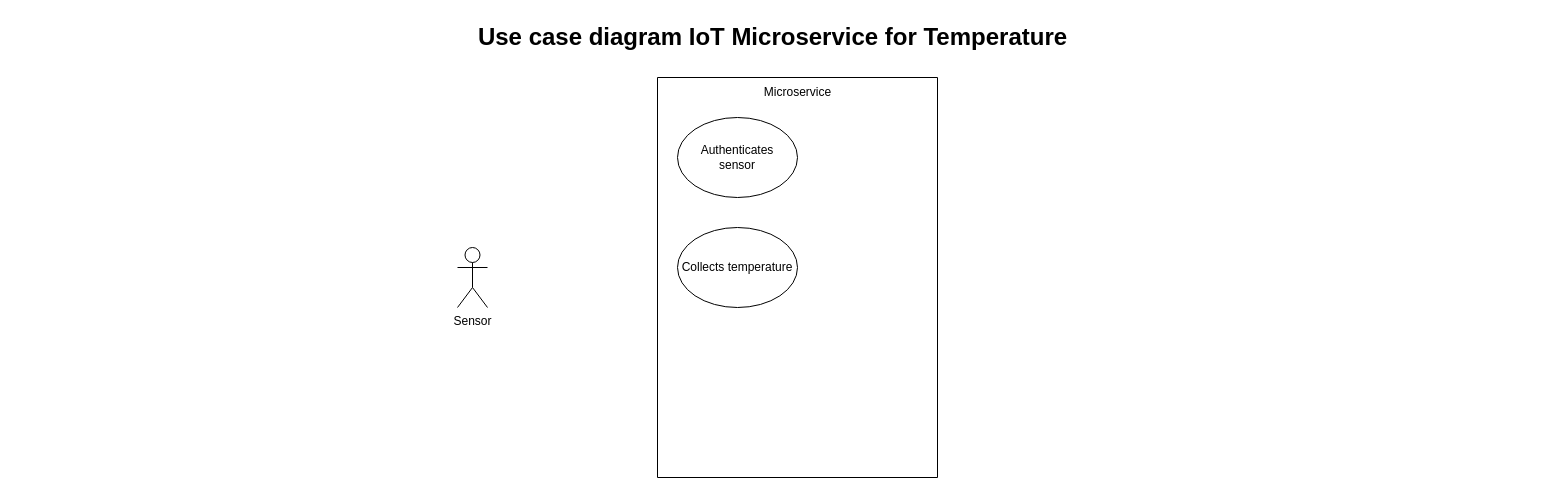
Before: Advanced_programming_use_case.drawio in vincentbriat/vincentbriat, a draw.io diagram. Source tidied: cells renumbered, new cells numbered last; positions are measured from the earlier drawing's top-left corner, leaving out a move shared by most shapes. Both pictures are drawn from the tidied source at 100%, with x=0, y=0 at pixel (17, 17).
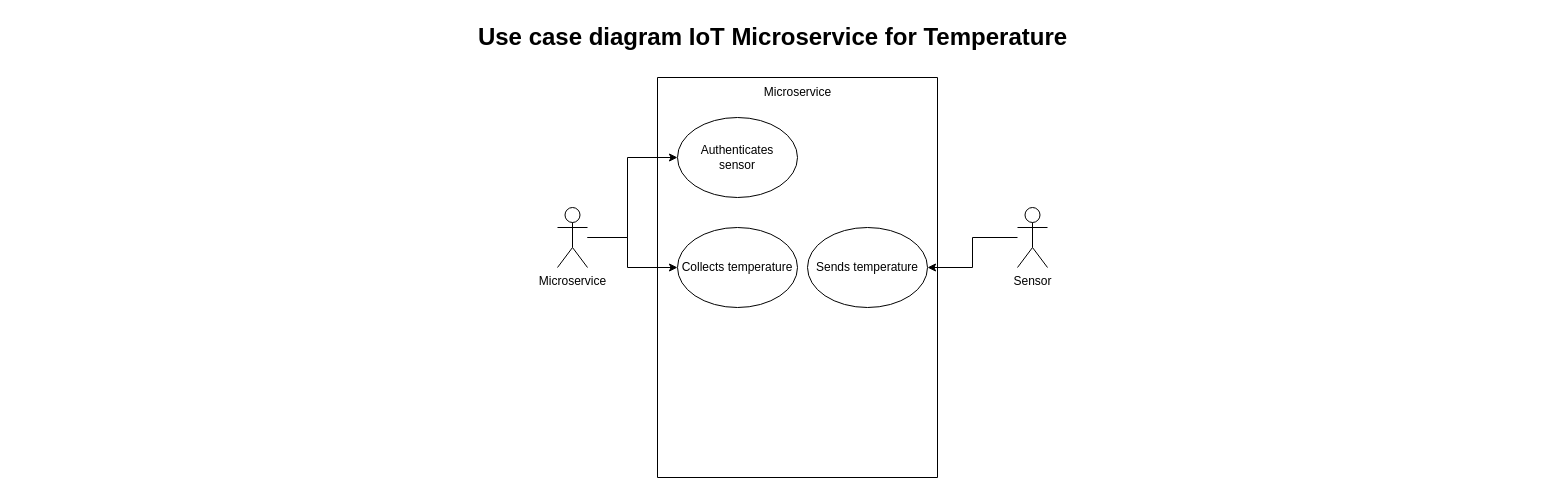
Above is the later version.

Change to the diagram source:
```diff
@@
 <mxGraphModel>
   <root>
     <mxCell id="0" />
     <mxCell id="1" parent="0" />
     <mxCell id="2" value="Use case diagram IoT Microservice for Temperature" style="text;strokeColor=none;fillColor=none;html=1;fontSize=24;fontStyle=1;verticalAlign=middle;align=center;" parent="1" vertex="1">
       <mxGeometry width="1510" height="40" as="geometry" />
     </mxCell>
     <mxCell id="3" style="swimlane;startSize=0;" parent="1" vertex="1">
       <mxGeometry x="640" y="60" width="280" height="400" as="geometry" />
     </mxCell>
     <mxCell id="4" value="Microservice" style="text;html=1;align=center;verticalAlign=middle;strokeColor=none;fillColor=none;" parent="3" vertex="1">
       <mxGeometry x="95" width="90" height="30" as="geometry" />
     </mxCell>
     <mxCell id="5" value="Authenticates&lt;br&gt;sensor" style="ellipse;whiteSpace=wrap;html=1;" parent="3" vertex="1">
       <mxGeometry x="20" y="40" width="120" height="80" as="geometry" />
     </mxCell>
     <mxCell id="6" value="Collects temperature" style="ellipse;whiteSpace=wrap;html=1;" parent="3" vertex="1">
       <mxGeometry x="20" y="150" width="120" height="80" as="geometry" />
     </mxCell>
+    <mxCell id="8" value="Sends temperature" style="ellipse;whiteSpace=wrap;html=1;" parent="3" vertex="1">
+      <mxGeometry x="150" y="150" width="120" height="80" as="geometry" />
+    </mxCell>
+    <mxCell id="9" style="edgeStyle=orthogonalEdgeStyle;rounded=0;jettySize=auto;html=1;" parent="1" edge="1" source="7" target="5">
+      <mxGeometry relative="1" as="geometry">
+        <Array as="points">
+          <mxPoint x="610" y="220" />
+          <mxPoint x="610" y="140" />
+        </Array>
+      </mxGeometry>
+    </mxCell>
-    <mxCell id="7" value="Sensor" style="shape=umlActor;verticalLabelPosition=bottom;verticalAlign=top;html=1;outlineConnect=0;" parent="1" vertex="1">
-      <mxGeometry x="440" y="230" width="30" height="60" as="geometry" />
+    <mxCell id="7" value="Microservice" style="shape=umlActor;verticalLabelPosition=bottom;verticalAlign=top;html=1;outlineConnect=0;" parent="1" vertex="1">
+      <mxGeometry x="540" y="190" width="30" height="60" as="geometry" />
     </mxCell>
+    <mxCell id="10" style="edgeStyle=orthogonalEdgeStyle;rounded=0;jettySize=auto;html=1;" parent="1" edge="1" source="11" target="8">
+      <mxGeometry relative="1" as="geometry" />
+    </mxCell>
+    <mxCell id="11" value="Sensor" style="shape=umlActor;verticalLabelPosition=bottom;verticalAlign=top;html=1;outlineConnect=0;" parent="1" vertex="1">
+      <mxGeometry x="1000" y="190" width="30" height="60" as="geometry" />
+    </mxCell>
+    <mxCell id="12" style="edgeStyle=orthogonalEdgeStyle;rounded=0;jettySize=auto;html=1;" parent="1" edge="1" source="7" target="6">
+      <mxGeometry relative="1" as="geometry">
+        <Array as="points">
+          <mxPoint x="610" y="220" />
+          <mxPoint x="610" y="250" />
+        </Array>
+      </mxGeometry>
+    </mxCell>
   </root>
 </mxGraphModel>
```
